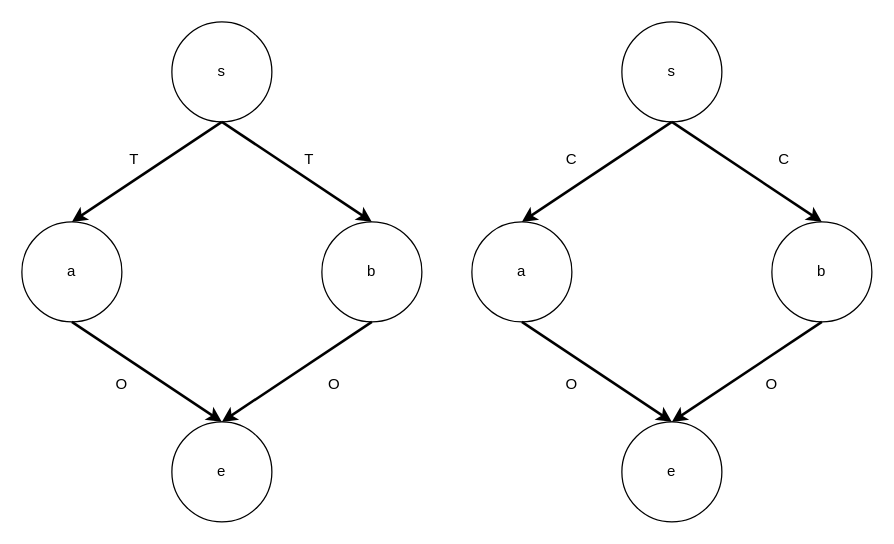
samniem/Enrico-Task-Complexity-Control-Graphs keeps this draw.io diagram as drawio/two-buttons.drawio. Above is the earlier version. Source tidied: cells renumbered, new cells numbered last; positions are measured from the earlier drawing's top-left corner, leaving out a move shared by most shapes. Both pictures are drawn from the tidied source at 125%, with x=0, y=0 at pixel (21, 21).
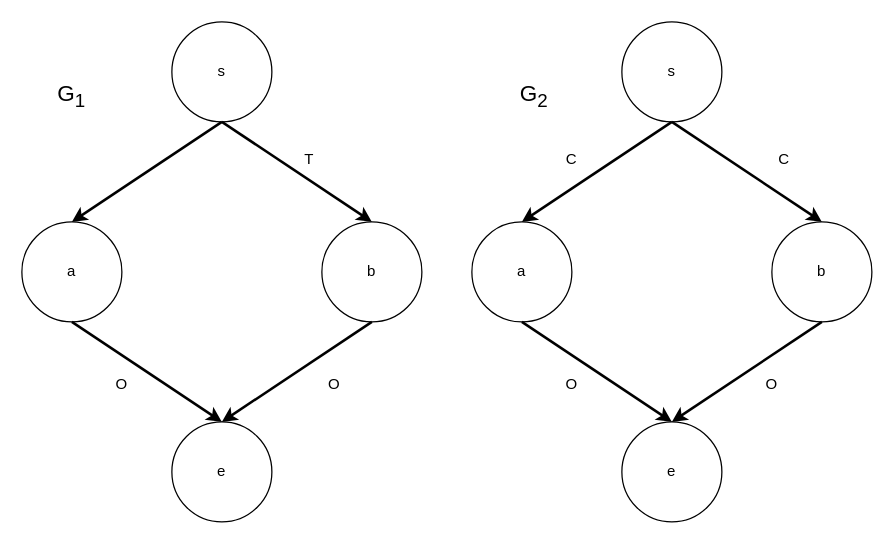
After the change.

Commit message (it also covers changes not shown here):
Add Graph markings

What changed in the source:
```diff
@@
-    <mxCell id="19" value="&lt;font color=&quot;#000000&quot;&gt;T&lt;/font&gt;" style="text;html=1;strokeColor=none;fillColor=none;align=center;verticalAlign=middle;whiteSpace=wrap;rounded=0;" parent="1" vertex="1">
-      <mxGeometry x="70" y="100" width="40" height="20" as="geometry" />
-    </mxCell>
@@
+    <mxCell id="26" value="&lt;span style=&quot;font-size: 18px&quot;&gt;G&lt;sub&gt;1&lt;/sub&gt;&lt;/span&gt;" style="text;html=1;strokeColor=none;fillColor=none;align=center;verticalAlign=middle;whiteSpace=wrap;rounded=0;fontColor=#000000;" parent="1" vertex="1">
+      <mxGeometry x="20" y="50" width="40" height="20" as="geometry" />
+    </mxCell>
+    <mxCell id="27" value="&lt;span style=&quot;font-size: 18px&quot;&gt;G&lt;sub&gt;2&lt;/sub&gt;&lt;/span&gt;" style="text;html=1;strokeColor=none;fillColor=none;align=center;verticalAlign=middle;whiteSpace=wrap;rounded=0;fontColor=#000000;" parent="1" vertex="1">
+      <mxGeometry x="390" y="50" width="40" height="20" as="geometry" />
+    </mxCell>
```
